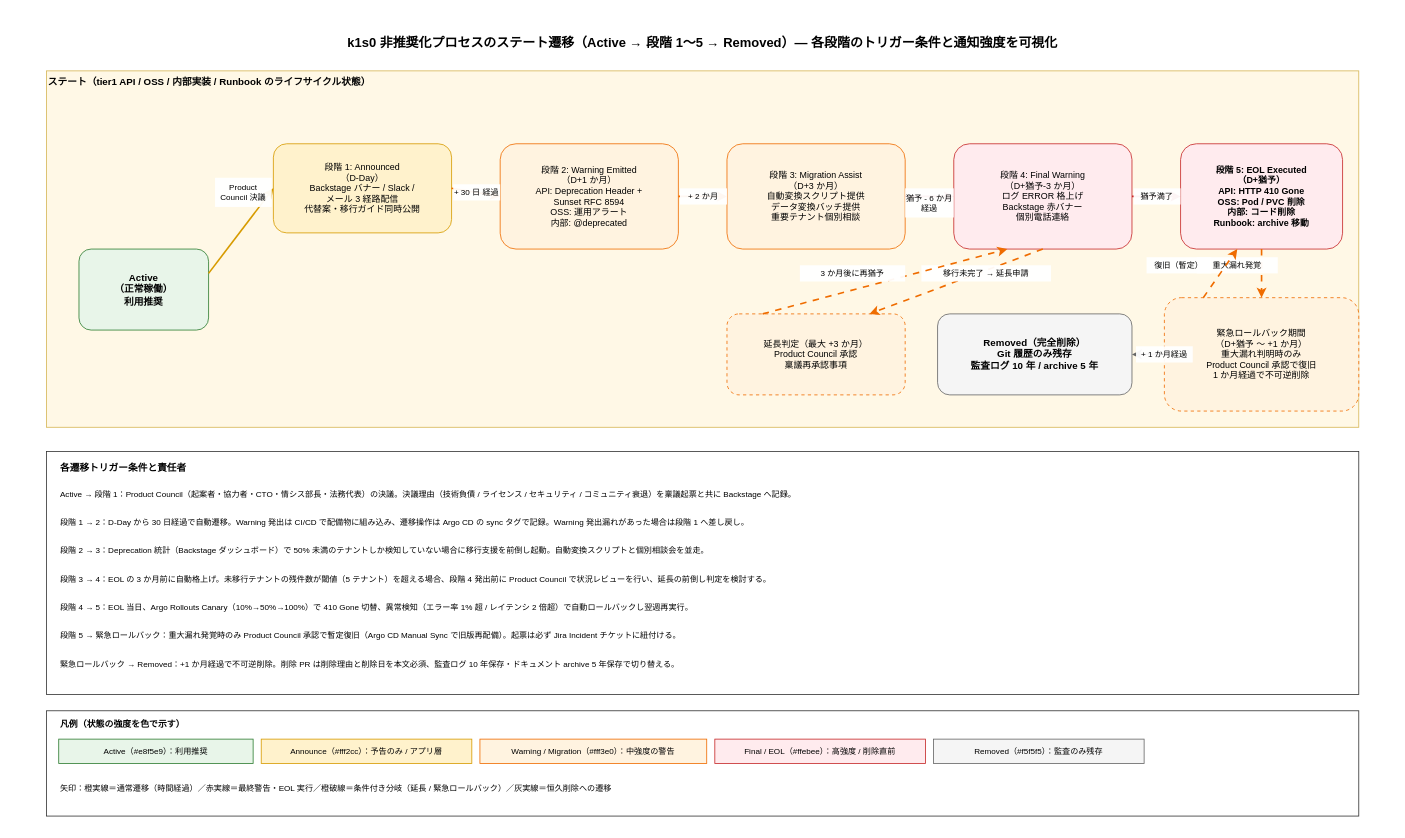
Above: docs/04_概要設計/55_運用ライフサイクル方式設計/img/04_非推奨とEOL方式/deprecation_process.drawio in RyuheiKiso/k1s0 (draw.io), before the change. Source tidied: cells renumbered, new cells numbered last; positions are measured from the earlier drawing's top-left corner, leaving out a move shared by most shapes. Both pictures are drawn from the tidied source at 81%, with x=0, y=0 at pixel (14, 14).
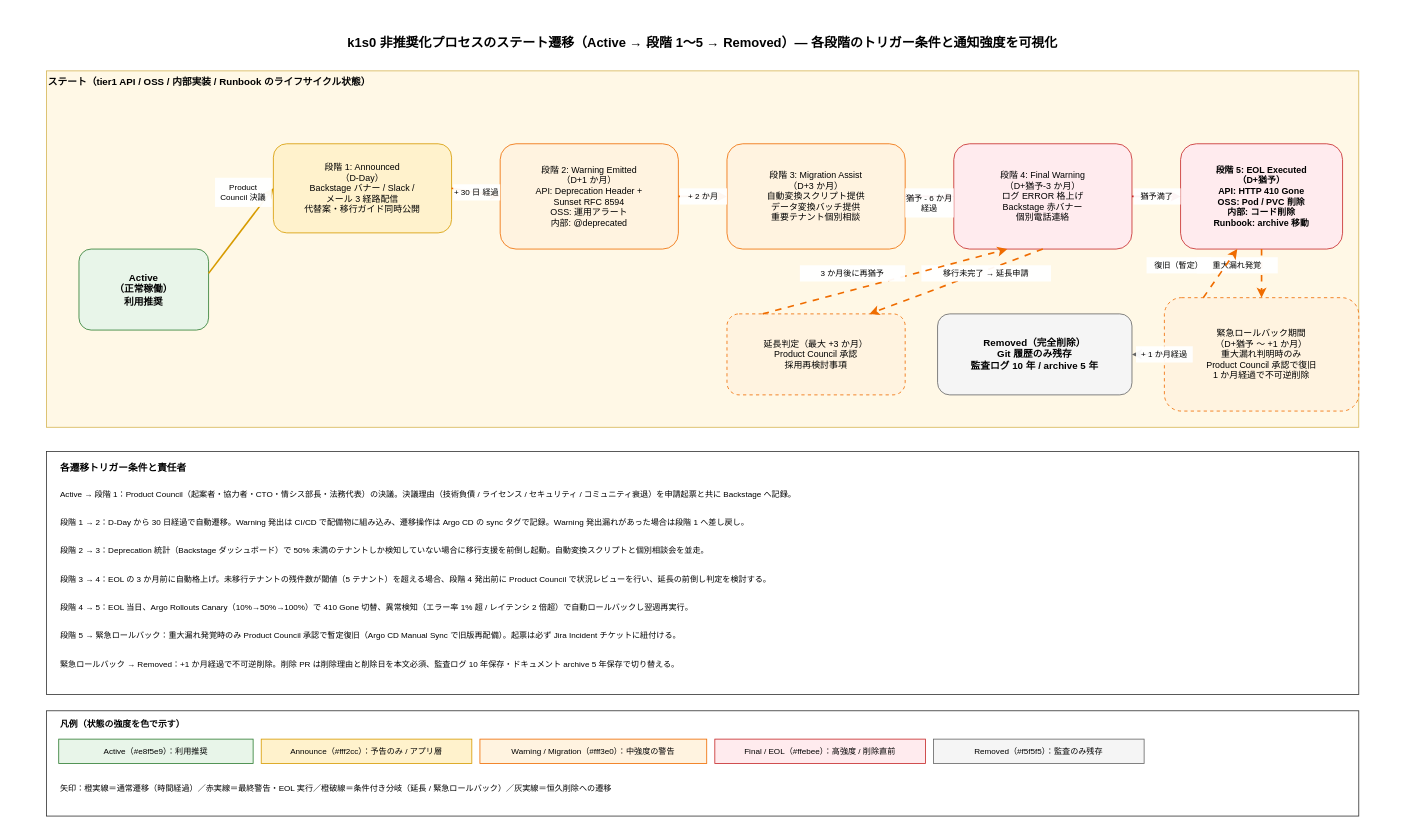
The same diagram, later.

What changed in the source:
```diff
@@
-    <mxCell id="13" value="延長判定（最大 +3 か月）&#10;Product Council 承認&#10;稟議再承認事項" style="rounded=1;whiteSpace=wrap;html=1;fillColor=#fff3e0;strokeColor=#ef6c00;dashed=1;dashPattern=4 4;fontSize=11;verticalAlign=middle;" parent="1" vertex="1">
+    <mxCell id="13" value="延長判定（最大 +3 か月）&#10;Product Council 承認&#10;採用再検討事項" style="rounded=1;whiteSpace=wrap;html=1;fillColor=#fff3e0;strokeColor=#ef6c00;dashed=1;dashPattern=4 4;fontSize=11;verticalAlign=middle;" parent="1" vertex="1">
       <mxGeometry x="880" y="370" width="220" height="100" as="geometry" />
     </mxCell>
@@
-    <mxCell id="36" value="Active → 段階 1：Product Council（起案者・協力者・CTO・情シス部長・法務代表）の決議。決議理由（技術負債 / ライセンス / セキュリティ / コミュニティ衰退）を稟議起票と共に Backstage へ記録。" style="text;html=1;strokeColor=none;fillColor=none;align=left;verticalAlign=top;whiteSpace=wrap;fontSize=10;" parent="1" vertex="1">
+    <mxCell id="36" value="Active → 段階 1：Product Council（起案者・協力者・CTO・情シス部長・法務代表）の決議。決議理由（技術負債 / ライセンス / セキュリティ / コミュニティ衰退）を申請起票と共に Backstage へ記録。" style="text;html=1;strokeColor=none;fillColor=none;align=left;verticalAlign=top;whiteSpace=wrap;fontSize=10;" parent="1" vertex="1">
       <mxGeometry x="55" y="580" width="1590" height="30" as="geometry" />
     </mxCell>
```
